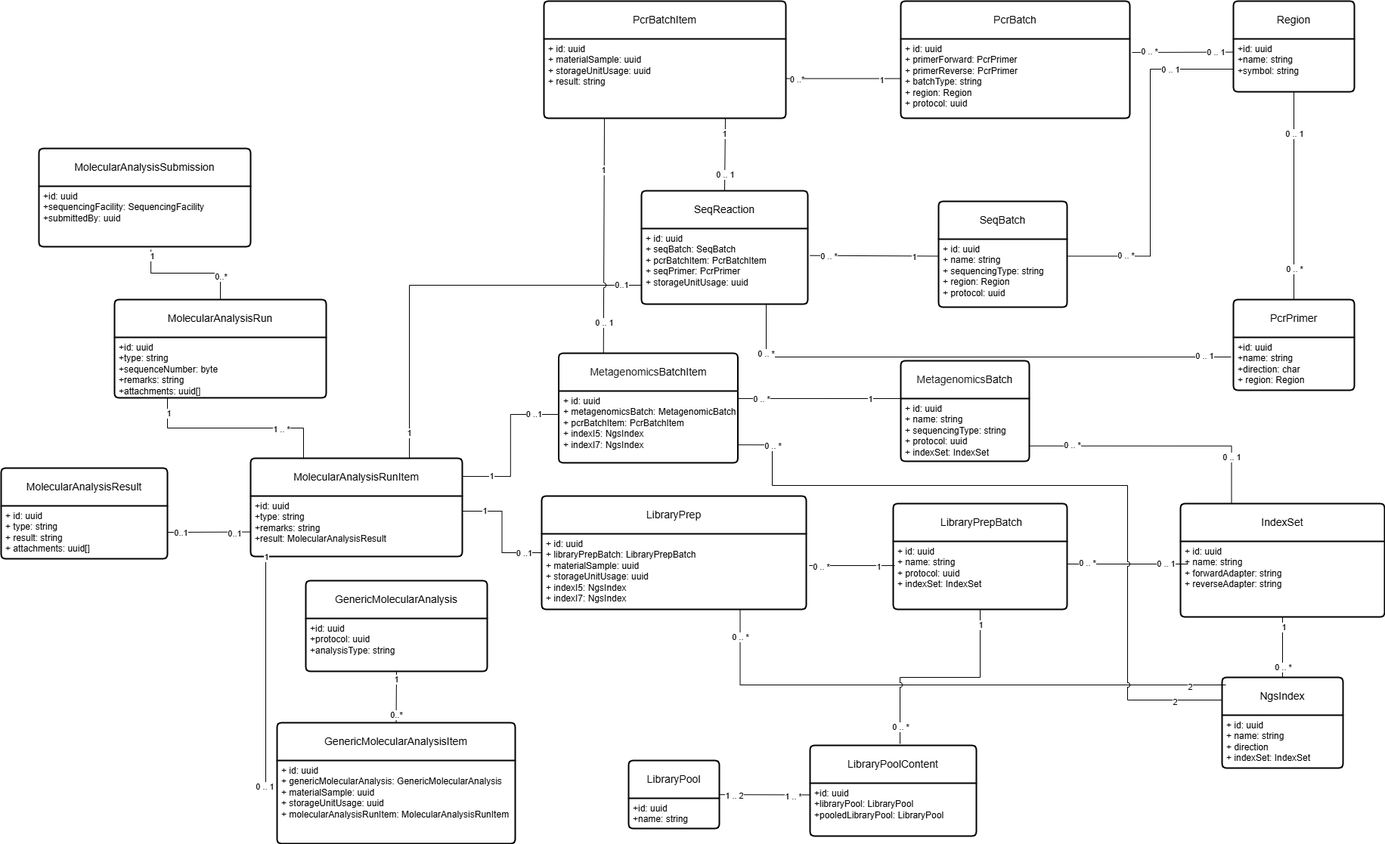
AAFC-BICoE/seqdb-api keeps this draw.io diagram as docs/sequencingModule.drawio.png. Above is the earlier version. Source tidied: cells renumbered, new cells last; positions are measured from the earlier drawing's top-left corner, leaving out a move shared by most shapes.
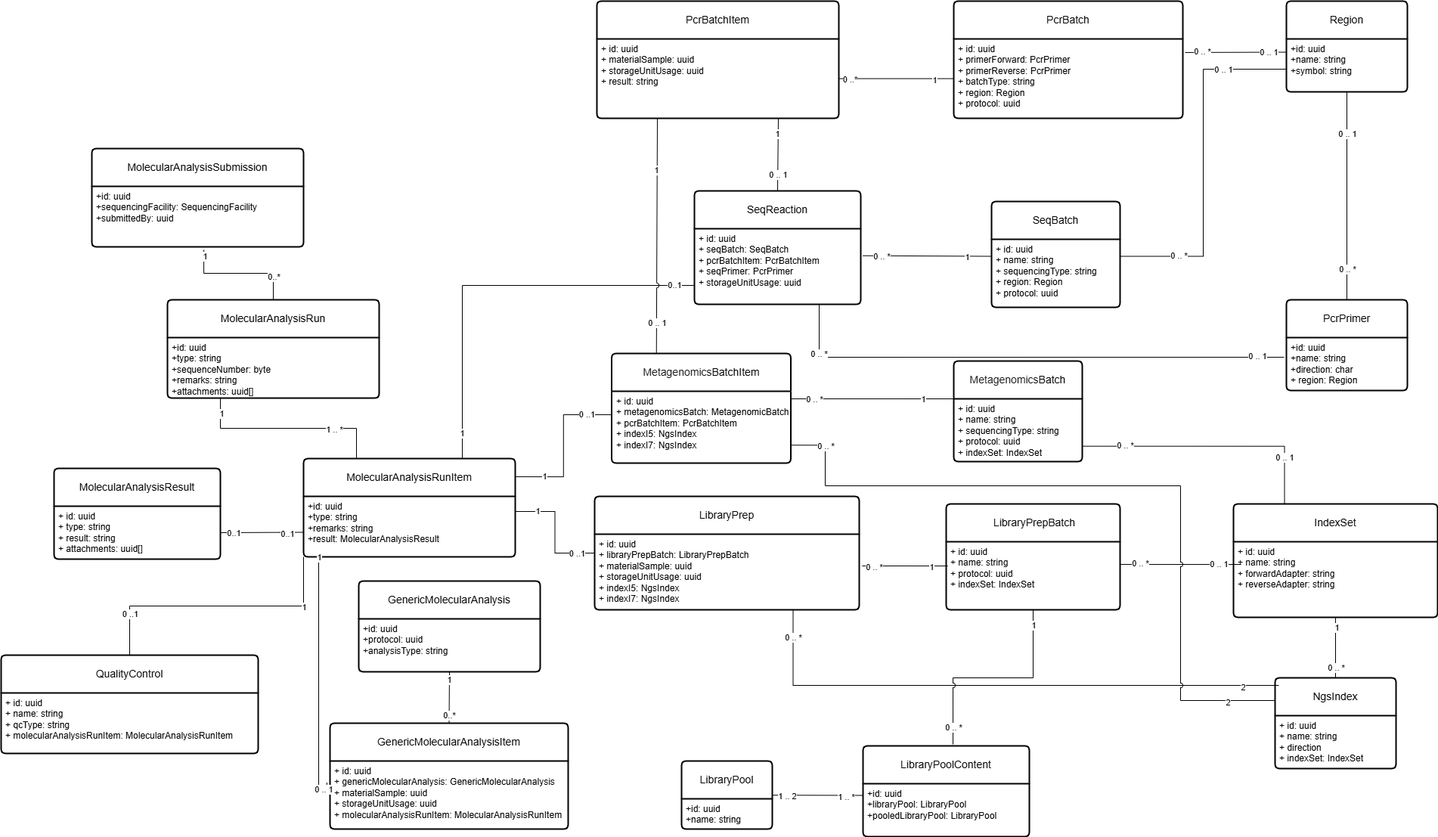
After the change.

Diff of the diagram source:
```diff
@@ -181,10 +181,10 @@
       <mxGeometry y="50" width="220" height="70" as="geometry" />
     </mxCell>
     <mxCell id="57" value="GenericMolecularAnalysisItem" style="swimlane;horizontal=1;startSize=50;rounded=1;fontSize=14;fontStyle=0;strokeWidth=2;shadow=0;dashed=0;align=center;arcSize=4;whiteSpace=wrap;html=1;" parent="1" vertex="1">
-      <mxGeometry x="365" y="955" width="315" height="160" as="geometry" />
+      <mxGeometry x="365" y="955" width="315" height="140" as="geometry" />
     </mxCell>
     <mxCell id="58" value="+ id: uuid&lt;div style=&quot;&quot;&gt;+ g&lt;span style=&quot;text-align: center; text-wrap: wrap;&quot;&gt;enericMolecularAnalysis:&amp;nbsp;&lt;/span&gt;&lt;span style=&quot;text-align: center; text-wrap: wrap;&quot;&gt;GenericMolecularAnalysis&lt;/span&gt;&lt;br&gt;+&amp;nbsp;materialSample: uuid&lt;div&gt;+&amp;nbsp;storageUnitUsage: uuid&lt;/div&gt;&lt;div&gt;+ molecularAnalysisRunItem: M&lt;span style=&quot;background-color: initial;&quot;&gt;olecularAnalysisRunItem&lt;/span&gt;&lt;/div&gt;&lt;/div&gt;" style="align=left;strokeColor=none;fillColor=none;spacingLeft=4;fontSize=12;verticalAlign=top;html=1;" parent="57" vertex="1">
-      <mxGeometry y="50" width="315" height="110" as="geometry" />
+      <mxGeometry y="50" width="315" height="90" as="geometry" />
     </mxCell>
     <mxCell id="59" value="GenericMolecularAnalysis" style="swimlane;horizontal=1;startSize=50;rounded=1;fontSize=14;fontStyle=0;strokeWidth=2;shadow=0;dashed=0;align=center;arcSize=4;whiteSpace=wrap;html=1;" parent="1" vertex="1">
       <mxGeometry x="403" y="767" width="240" height="120" as="geometry" />
@@ -381,5 +381,20 @@
     <mxCell id="116" value="1" style="edgeLabel;html=1;align=center;verticalAlign=middle;" parent="114" vertex="1">
       <mxGeometry x="-0.64" y="1" relative="1" as="geometry" />
     </mxCell>
+    <mxCell id="117" value="QualityControl" style="swimlane;horizontal=1;startSize=50;rounded=1;fontSize=14;fontStyle=0;strokeWidth=2;shadow=0;dashed=0;align=center;arcSize=4;whiteSpace=wrap;html=1;" parent="1" vertex="1">
+      <mxGeometry x="-70" y="865" width="340" height="130" as="geometry" />
+    </mxCell>
+    <mxCell id="118" value="+ id: uuid&lt;br&gt;+ name: string&lt;div&gt;+ qcType: string&lt;/div&gt;&lt;div&gt;+&amp;nbsp;molecularAnalysisRunItem: MolecularAnalysisRunItem&lt;/div&gt;" style="align=left;strokeColor=none;fillColor=none;spacingLeft=4;fontSize=12;verticalAlign=top;html=1;" parent="117" vertex="1">
+      <mxGeometry y="50" width="340" height="80" as="geometry" />
+    </mxCell>
+    <mxCell id="119" style="endArrow=none;html=1;rounded=0;exitX=0;exitY=1;exitDx=0;exitDy=0;entryX=0.5;entryY=0;entryDx=0;entryDy=0;edgeStyle=orthogonalEdgeStyle;" parent="1" edge="1" source="72" target="117">
+      <mxGeometry relative="1" as="geometry" />
+    </mxCell>
+    <mxCell id="120" value="0 ..1" style="edgeLabel;html=1;align=center;verticalAlign=middle;" parent="119" vertex="1">
+      <mxGeometry x="0.7" relative="1" as="geometry" />
+    </mxCell>
+    <mxCell id="121" value="1" style="edgeLabel;html=1;align=center;verticalAlign=middle;" parent="119" vertex="1">
+      <mxGeometry x="-0.64" y="1" relative="1" as="geometry" />
+    </mxCell>
   </root>
 </mxGraphModel>
```
